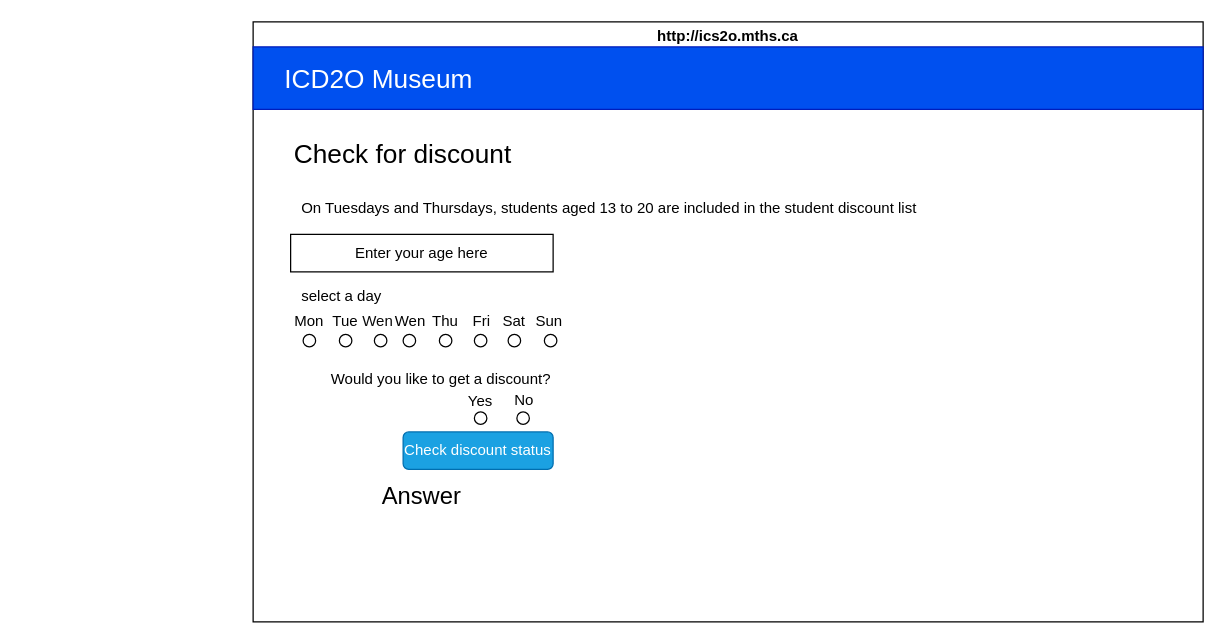
This is design/storyboard.drawio from MTHS-ICD2O-1-2023/ICD2O-Unit-5-04-yoochan-han, a draw.io file, before an edit. Source tidied: cells renumbered, new cells numbered last; positions are measured from the earlier drawing's top-left corner, leaving out a move shared by most shapes. Both pictures are drawn from the tidied source at 125%, with x=0, y=0 at pixel (21, 21).
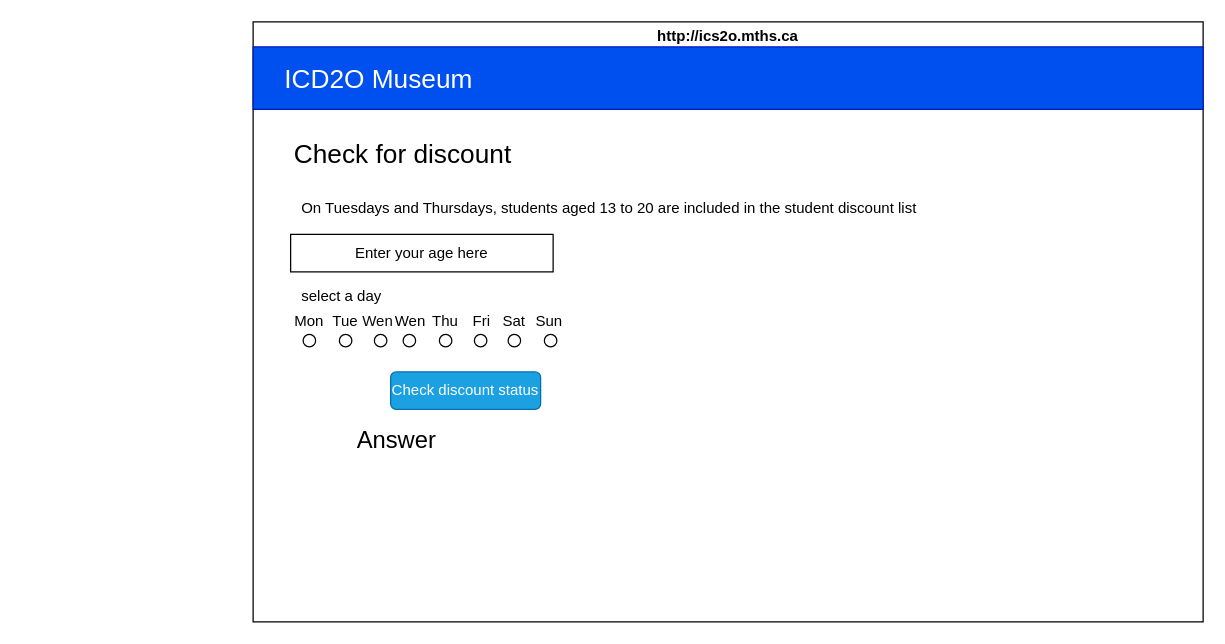
Above is the later version.

The change refers to these unchanged cells:
```xml
<mxCell id="2" value="http://ics2o.mths.ca" style="swimlane;whiteSpace=wrap;html=1;fontColor=#000000;" parent="1" vertex="1">
  <mxGeometry x="185" width="760" height="480" as="geometry" />
</mxCell>
```

Diff of the diagram source:
```diff
@@
     <mxCell id="6" value="Check discount status" style="rounded=1;whiteSpace=wrap;html=1;fontSize=12;fontColor=#ffffff;fillColor=#1ba1e2;strokeColor=#006EAF;" parent="2" vertex="1">
-      <mxGeometry x="120" y="328" width="120" height="30" as="geometry" />
+      <mxGeometry x="110" y="280" width="120" height="30" as="geometry" />
     </mxCell>
     <mxCell id="7" value="&lt;font style=&quot;font-size: 19px;&quot;&gt;Answer&lt;/font&gt;" style="text;html=1;strokeColor=none;fillColor=none;align=center;verticalAlign=middle;whiteSpace=wrap;rounded=0;fontSize=12;fontColor=#000000;" parent="2" vertex="1">
-      <mxGeometry x="60" y="365" width="150" height="30" as="geometry" />
+      <mxGeometry x="40" y="320" width="150" height="30" as="geometry" />
     </mxCell>
@@
-    <mxCell id="13" value="&lt;font color=&quot;#000000&quot;&gt;Would you like to get a discount?&lt;/font&gt;" style="text;html=1;strokeColor=none;fillColor=none;align=center;verticalAlign=middle;whiteSpace=wrap;rounded=0;" parent="2" vertex="1">
-      <mxGeometry x="12.5" y="271" width="275" height="30" as="geometry" />
-    </mxCell>
@@
-    <mxCell id="28" style="ellipse;whiteSpace=wrap;html=1;" parent="1" vertex="1">
-      <mxGeometry x="362" y="312" width="10" height="10" as="geometry" />
-    </mxCell>
-    <mxCell id="29" style="ellipse;whiteSpace=wrap;html=1;" parent="1" vertex="1">
-      <mxGeometry x="396" y="312" width="10" height="10" as="geometry" />
-    </mxCell>
-    <mxCell id="30" value="&lt;font color=&quot;#000000&quot;&gt;Yes&lt;/font&gt;" style="text;html=1;strokeColor=none;fillColor=none;align=center;verticalAlign=middle;whiteSpace=wrap;rounded=0;" parent="1" vertex="1">
-      <mxGeometry x="337" y="287" width="60" height="33" as="geometry" />
-    </mxCell>
-    <mxCell id="31" value="&lt;font color=&quot;#000000&quot;&gt;No&lt;/font&gt;" style="text;html=1;strokeColor=none;fillColor=none;align=center;verticalAlign=middle;whiteSpace=wrap;rounded=0;" parent="1" vertex="1">
-      <mxGeometry x="372" y="286" width="60" height="33" as="geometry" />
-    </mxCell>
```
